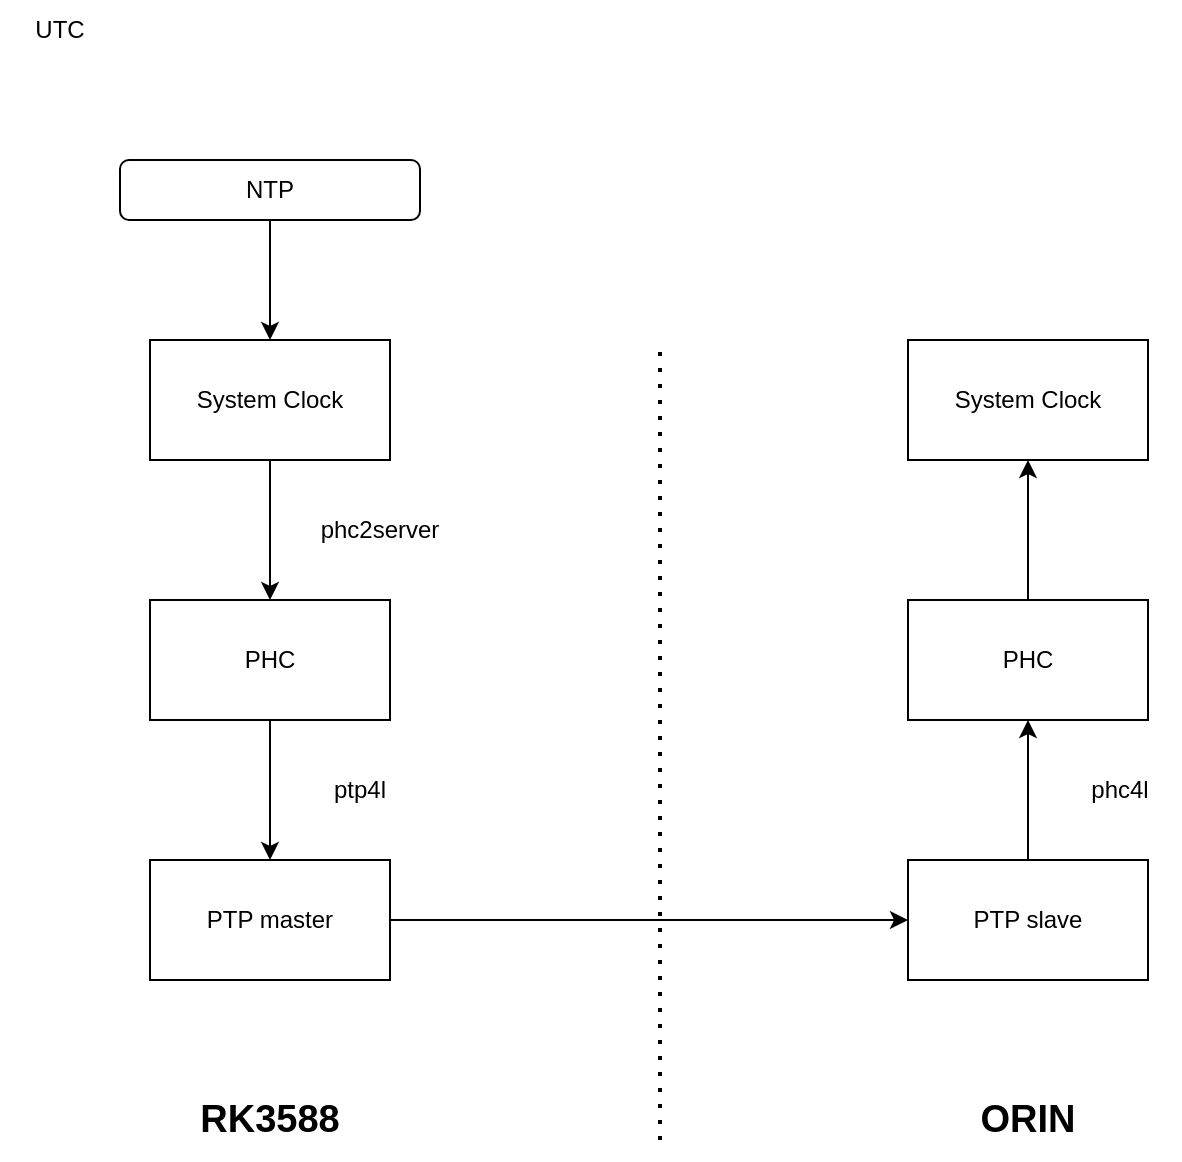
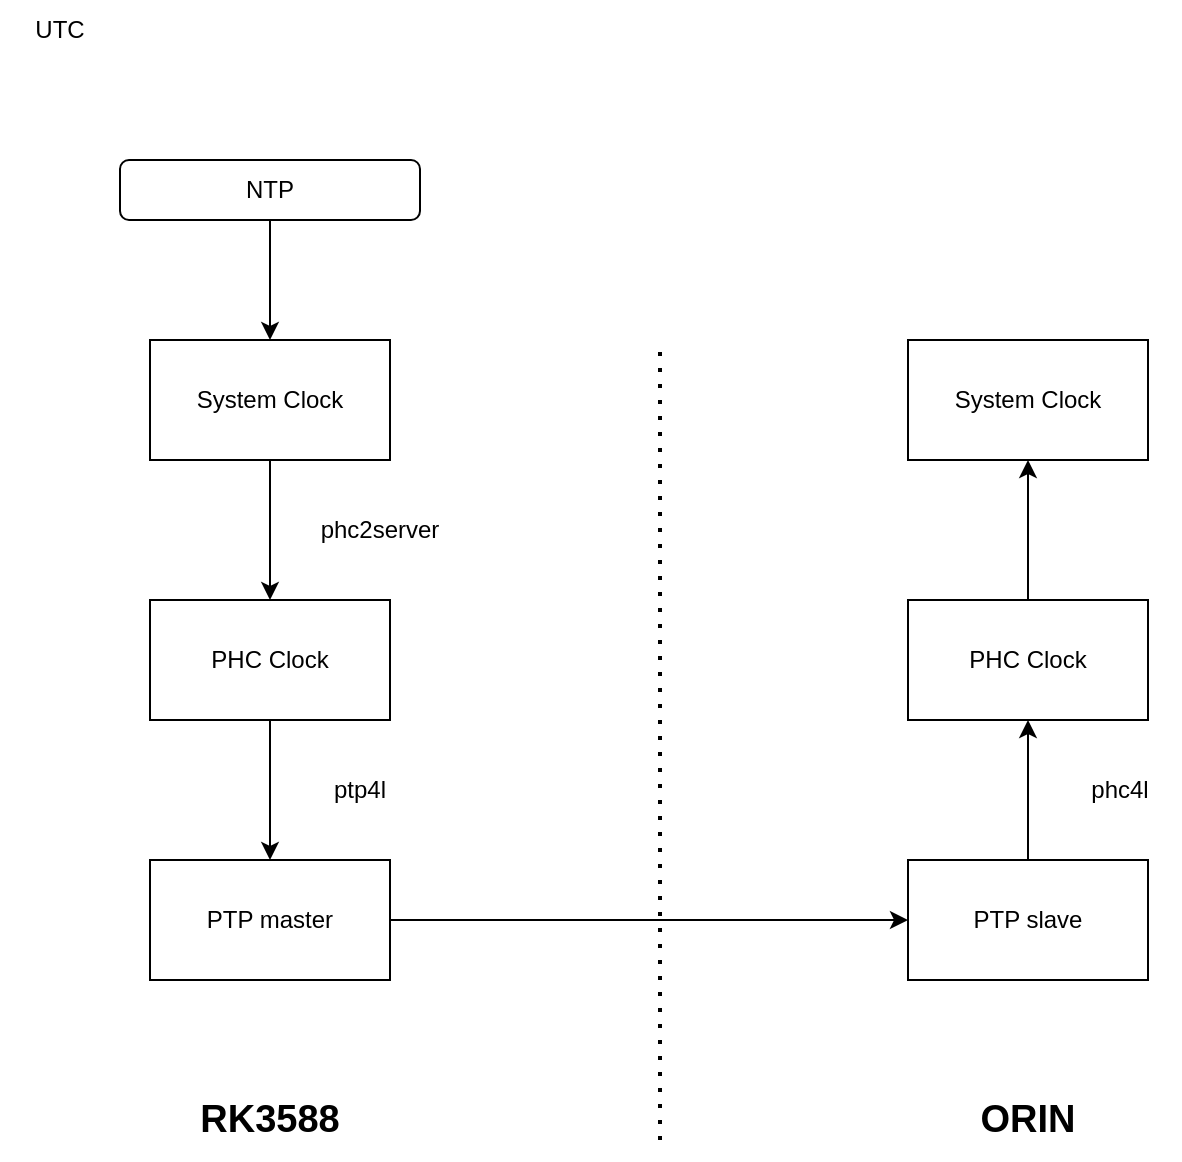
<mxfile host="app.diagrams.net" agent="Mozilla/5.0 (Windows NT 10.0; Win64; x64) AppleWebKit/537.36 (KHTML, like Gecko) Chrome/148.0.0.0 Safari/537.36">
  <diagram name="第 1 页" id="xi5zx8poPBdEaGlYp24N">
    <mxGraphModel dx="1122" dy="596" grid="1" gridSize="10" guides="1" tooltips="1" connect="1" arrows="1" fold="1" page="1" pageScale="1" pageWidth="827" pageHeight="1169" math="0" shadow="0">
      <root>
        <mxCell id="0" />
        <mxCell id="1" parent="0" />
        <mxCell id="9tWx0qsMY7gKmuM-r2hu-1" edge="1" parent="1" source="473n1farRfXXC9yVkO81-1" style="edgeStyle=orthogonalEdgeStyle;rounded=0;orthogonalLoop=1;jettySize=auto;html=1;" target="473n1farRfXXC9yVkO81-7" value="">
          <mxGeometry relative="1" as="geometry" />
        </mxCell>
        <mxCell id="473n1farRfXXC9yVkO81-1" parent="1" style="rounded=1;whiteSpace=wrap;html=1;" value="NTP" vertex="1">
          <mxGeometry height="30" width="150" x="130" y="150" as="geometry" />
        </mxCell>
        <mxCell id="473n1farRfXXC9yVkO81-6" parent="1" style="text;html=1;whiteSpace=wrap;strokeColor=none;fillColor=none;align=center;verticalAlign=middle;rounded=0;" value="UTC" vertex="1">
          <mxGeometry height="30" width="60" x="70" y="70" as="geometry" />
        </mxCell>
        <mxCell id="9tWx0qsMY7gKmuM-r2hu-3" edge="1" parent="1" source="473n1farRfXXC9yVkO81-7" style="edgeStyle=orthogonalEdgeStyle;rounded=0;orthogonalLoop=1;jettySize=auto;html=1;" target="9tWx0qsMY7gKmuM-r2hu-2" value="">
          <mxGeometry relative="1" as="geometry" />
        </mxCell>
        <mxCell id="473n1farRfXXC9yVkO81-7" parent="1" style="rounded=0;whiteSpace=wrap;html=1;" value="System Clock" vertex="1">
          <mxGeometry height="60" width="120" x="145" y="240" as="geometry" />
        </mxCell>
        <mxCell id="9tWx0qsMY7gKmuM-r2hu-5" edge="1" parent="1" source="9tWx0qsMY7gKmuM-r2hu-2" style="edgeStyle=orthogonalEdgeStyle;rounded=0;orthogonalLoop=1;jettySize=auto;html=1;" target="9tWx0qsMY7gKmuM-r2hu-4" value="">
          <mxGeometry relative="1" as="geometry" />
        </mxCell>
-         <mxCell id="9tWx0qsMY7gKmuM-r2hu-2" parent="1" style="rounded=0;whiteSpace=wrap;html=1;" value="PHC" vertex="1">
+         <mxCell id="9tWx0qsMY7gKmuM-r2hu-2" parent="1" style="rounded=0;whiteSpace=wrap;html=1;" value="PHC Clock" vertex="1">
          <mxGeometry height="60" width="120" x="145" y="370" as="geometry" />
        </mxCell>
        <mxCell id="9tWx0qsMY7gKmuM-r2hu-11" edge="1" parent="1" source="9tWx0qsMY7gKmuM-r2hu-4" style="edgeStyle=orthogonalEdgeStyle;rounded=0;orthogonalLoop=1;jettySize=auto;html=1;exitX=1;exitY=0.5;exitDx=0;exitDy=0;entryX=0;entryY=0.5;entryDx=0;entryDy=0;" target="9tWx0qsMY7gKmuM-r2hu-9">
          <mxGeometry relative="1" as="geometry" />
        </mxCell>
        <mxCell id="9tWx0qsMY7gKmuM-r2hu-4" parent="1" style="rounded=0;whiteSpace=wrap;html=1;" value="PTP master" vertex="1">
          <mxGeometry height="60" width="120" x="145" y="500" as="geometry" />
        </mxCell>
        <mxCell id="9tWx0qsMY7gKmuM-r2hu-6" parent="1" style="text;html=1;whiteSpace=wrap;strokeColor=none;fillColor=none;align=center;verticalAlign=middle;rounded=0;" value="phc2server" vertex="1">
          <mxGeometry height="30" width="60" x="230" y="320" as="geometry" />
        </mxCell>
        <mxCell id="9tWx0qsMY7gKmuM-r2hu-7" parent="1" style="text;html=1;whiteSpace=wrap;strokeColor=none;fillColor=none;align=center;verticalAlign=middle;rounded=0;" value="ptp4l" vertex="1">
          <mxGeometry height="30" width="60" x="220" y="450" as="geometry" />
        </mxCell>
        <mxCell id="9tWx0qsMY7gKmuM-r2hu-8" edge="1" parent="1" style="endArrow=none;dashed=1;html=1;dashPattern=1 3;strokeWidth=2;rounded=0;" value="">
          <mxGeometry height="50" relative="1" width="50" as="geometry">
            <mxPoint x="400" y="640" as="sourcePoint" />
            <mxPoint x="400" y="240" as="targetPoint" />
          </mxGeometry>
        </mxCell>
        <mxCell id="9tWx0qsMY7gKmuM-r2hu-12" edge="1" parent="1" source="9tWx0qsMY7gKmuM-r2hu-9" style="edgeStyle=orthogonalEdgeStyle;rounded=0;orthogonalLoop=1;jettySize=auto;html=1;exitX=0.5;exitY=0;exitDx=0;exitDy=0;entryX=0.5;entryY=1;entryDx=0;entryDy=0;" target="9tWx0qsMY7gKmuM-r2hu-10">
          <mxGeometry relative="1" as="geometry" />
        </mxCell>
        <mxCell id="9tWx0qsMY7gKmuM-r2hu-9" parent="1" style="rounded=0;whiteSpace=wrap;html=1;" value="PTP slave" vertex="1">
          <mxGeometry height="60" width="120" x="524" y="500" as="geometry" />
        </mxCell>
        <mxCell id="9tWx0qsMY7gKmuM-r2hu-15" edge="1" parent="1" source="9tWx0qsMY7gKmuM-r2hu-10" style="edgeStyle=orthogonalEdgeStyle;rounded=0;orthogonalLoop=1;jettySize=auto;html=1;" target="9tWx0qsMY7gKmuM-r2hu-14" value="">
          <mxGeometry relative="1" as="geometry" />
        </mxCell>
-         <mxCell id="9tWx0qsMY7gKmuM-r2hu-10" parent="1" style="rounded=0;whiteSpace=wrap;html=1;" value="PHC" vertex="1">
+         <mxCell id="9tWx0qsMY7gKmuM-r2hu-10" parent="1" style="rounded=0;whiteSpace=wrap;html=1;" value="PHC Clock" vertex="1">
          <mxGeometry height="60" width="120" x="524" y="370" as="geometry" />
        </mxCell>
        <mxCell id="9tWx0qsMY7gKmuM-r2hu-13" parent="1" style="text;html=1;whiteSpace=wrap;strokeColor=none;fillColor=none;align=center;verticalAlign=middle;rounded=0;" value="phc4l" vertex="1">
          <mxGeometry height="30" width="60" x="600" y="450" as="geometry" />
        </mxCell>
        <mxCell id="9tWx0qsMY7gKmuM-r2hu-14" parent="1" style="rounded=0;whiteSpace=wrap;html=1;" value="System Clock" vertex="1">
          <mxGeometry height="60" width="120" x="524" y="240" as="geometry" />
        </mxCell>
        <mxCell id="9tWx0qsMY7gKmuM-r2hu-16" parent="1" style="text;html=1;whiteSpace=wrap;strokeColor=none;fillColor=none;align=center;verticalAlign=middle;rounded=0;fontStyle=1;fontSize=19;" value="RK3588" vertex="1">
          <mxGeometry height="40" width="120" x="145" y="610" as="geometry" />
        </mxCell>
        <mxCell id="9tWx0qsMY7gKmuM-r2hu-18" parent="1" style="text;html=1;whiteSpace=wrap;strokeColor=none;fillColor=none;align=center;verticalAlign=middle;rounded=0;fontStyle=1;fontSize=19;" value="ORIN" vertex="1">
          <mxGeometry height="40" width="120" x="524" y="610" as="geometry" />
        </mxCell>
      </root>
    </mxGraphModel>
  </diagram>
</mxfile>
